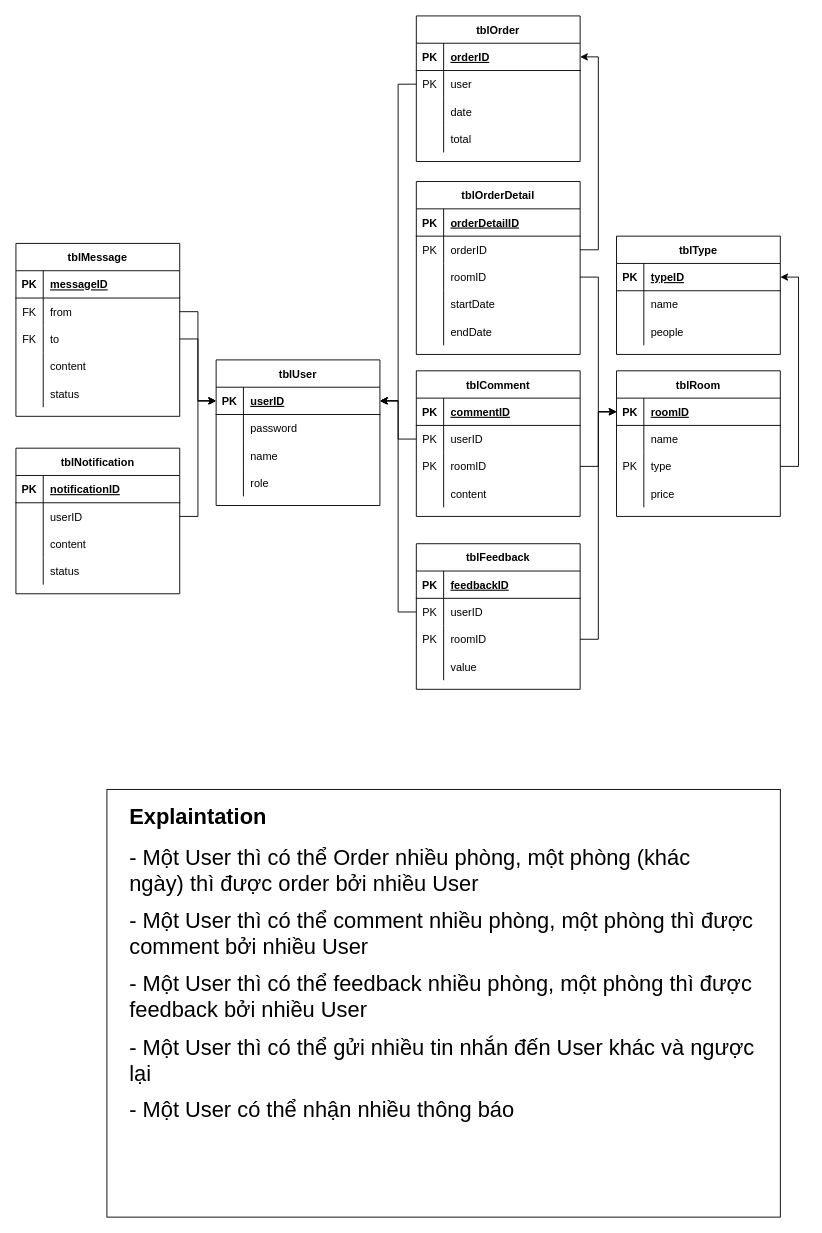
passion-Infinity/PRN292_Assignment keeps this draw.io diagram as Database/PRN292_Assignment.drawio. Above is the earlier version. Source tidied: cells renumbered, new cells numbered last; positions are measured from the earlier drawing's top-left corner, leaving out a move shared by most shapes. Both pictures are drawn from the tidied source at 91%, with x=0, y=0 at pixel (15, 15).
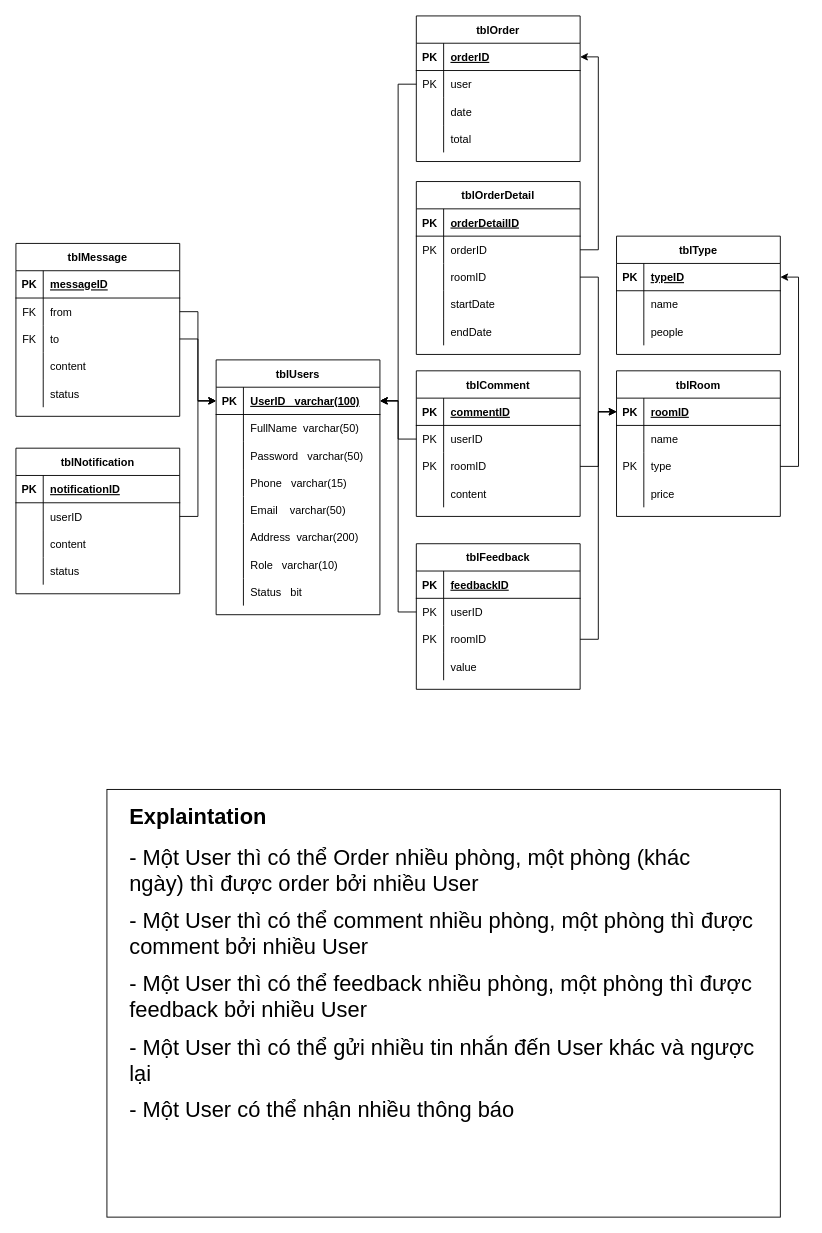
The same page after the edit.

Unchanged cells that the change refers to:
```xml
<mxCell id="56" style="shape=partialRectangle;fillColor=none;top=0;left=0;bottom=1;right=0;points=[[0,0.5],[1,0.5]];portConstraint=eastwest;" parent="55" vertex="1">
  <mxGeometry y="30" width="180" height="30" as="geometry" />
</mxCell>
<mxCell id="59" style="shape=partialRectangle;fillColor=none;top=0;left=0;bottom=0;right=0;" parent="55" vertex="1">
  <mxGeometry y="60" width="180" height="30" as="geometry" />
</mxCell>
<mxCell id="62" style="shape=partialRectangle;fillColor=none;top=0;left=0;bottom=0;right=0;" parent="55" vertex="1">
  <mxGeometry y="90" width="180" height="30" as="geometry" />
</mxCell>
<mxCell id="65" style="shape=partialRectangle;fillColor=none;top=0;left=0;bottom=0;right=0;" parent="55" vertex="1">
  <mxGeometry y="120" width="180" height="30" as="geometry" />
</mxCell>
```

The edit, as a diff of the source:
```diff
@@
-    <mxCell id="55" value="tblUser" style="shape=table;startSize=30;childLayout=tableLayout;rowLines=0;fontStyle=1;align=center;" parent="1" vertex="1">
-      <mxGeometry x="220" y="378" width="180" height="160" as="geometry" />
+    <mxCell id="55" value="tblUsers" style="shape=table;startSize=30;childLayout=tableLayout;rowLines=0;fontStyle=1;align=center;" parent="1" vertex="1">
+      <mxGeometry x="220" y="378" width="180" height="280" as="geometry" />
     </mxCell>
@@
-    <mxCell id="58" value="userID" style="shape=partialRectangle;fillColor=none;top=0;left=0;bottom=0;right=0;align=left;spacingLeft=6;fontStyle=5;overflow=hidden;" parent="56" vertex="1">
+    <mxCell id="58" value="UserID   varchar(100)" style="shape=partialRectangle;fillColor=none;top=0;left=0;bottom=0;right=0;align=left;spacingLeft=6;fontStyle=5;overflow=hidden;" parent="56" vertex="1">
       <mxGeometry x="30" width="150" height="30" as="geometry" />
     </mxCell>
@@
-    <mxCell id="61" value="password" style="shape=partialRectangle;fillColor=none;top=0;left=0;bottom=0;right=0;align=left;spacingLeft=6;overflow=hidden;" parent="59" vertex="1">
+    <mxCell id="61" value="FullName  varchar(50)" style="shape=partialRectangle;fillColor=none;top=0;left=0;bottom=0;right=0;align=left;spacingLeft=6;overflow=hidden;" parent="59" vertex="1">
       <mxGeometry x="30" width="150" height="30" as="geometry" />
     </mxCell>
@@
-    <mxCell id="64" value="name" style="shape=partialRectangle;fillColor=none;top=0;left=0;bottom=0;right=0;align=left;spacingLeft=6;overflow=hidden;" parent="62" vertex="1">
+    <mxCell id="64" value="Password   varchar(50)" style="shape=partialRectangle;fillColor=none;top=0;left=0;bottom=0;right=0;align=left;spacingLeft=6;overflow=hidden;" parent="62" vertex="1">
       <mxGeometry x="30" width="150" height="30" as="geometry" />
     </mxCell>
@@
-    <mxCell id="67" value="role" style="shape=partialRectangle;fillColor=none;top=0;left=0;bottom=0;right=0;align=left;spacingLeft=6;overflow=hidden;" parent="65" vertex="1">
+    <mxCell id="67" value="Phone   varchar(15)" style="shape=partialRectangle;fillColor=none;top=0;left=0;bottom=0;right=0;align=left;spacingLeft=6;overflow=hidden;" parent="65" vertex="1">
       <mxGeometry x="30" width="150" height="30" as="geometry" />
     </mxCell>
+    <mxCell id="135" style="shape=partialRectangle;fillColor=none;top=0;left=0;bottom=0;right=0;" parent="55" vertex="1">
+      <mxGeometry y="150" width="180" height="30" as="geometry" />
+    </mxCell>
+    <mxCell id="136" style="shape=partialRectangle;fillColor=none;top=0;left=0;bottom=0;right=0;overflow=hidden;" parent="135" vertex="1">
+      <mxGeometry width="30" height="30" as="geometry" />
+    </mxCell>
+    <mxCell id="137" value="Email    varchar(50)" style="shape=partialRectangle;fillColor=none;top=0;left=0;bottom=0;right=0;align=left;spacingLeft=6;overflow=hidden;" parent="135" vertex="1">
+      <mxGeometry x="30" width="150" height="30" as="geometry" />
+    </mxCell>
+    <mxCell id="138" style="shape=partialRectangle;fillColor=none;top=0;left=0;bottom=0;right=0;" parent="55" vertex="1">
+      <mxGeometry y="180" width="180" height="30" as="geometry" />
+    </mxCell>
+    <mxCell id="139" style="shape=partialRectangle;fillColor=none;top=0;left=0;bottom=0;right=0;overflow=hidden;" parent="138" vertex="1">
+      <mxGeometry width="30" height="30" as="geometry" />
+    </mxCell>
+    <mxCell id="140" value="Address  varchar(200)" style="shape=partialRectangle;fillColor=none;top=0;left=0;bottom=0;right=0;align=left;spacingLeft=6;overflow=hidden;" parent="138" vertex="1">
+      <mxGeometry x="30" width="150" height="30" as="geometry" />
+    </mxCell>
+    <mxCell id="141" style="shape=partialRectangle;fillColor=none;top=0;left=0;bottom=0;right=0;" parent="55" vertex="1">
+      <mxGeometry y="210" width="180" height="30" as="geometry" />
+    </mxCell>
+    <mxCell id="142" style="shape=partialRectangle;fillColor=none;top=0;left=0;bottom=0;right=0;overflow=hidden;" parent="141" vertex="1">
+      <mxGeometry width="30" height="30" as="geometry" />
+    </mxCell>
+    <mxCell id="143" value="Role   varchar(10)" style="shape=partialRectangle;fillColor=none;top=0;left=0;bottom=0;right=0;align=left;spacingLeft=6;overflow=hidden;" parent="141" vertex="1">
+      <mxGeometry x="30" width="150" height="30" as="geometry" />
+    </mxCell>
+    <mxCell id="144" style="shape=partialRectangle;fillColor=none;top=0;left=0;bottom=0;right=0;" parent="55" vertex="1">
+      <mxGeometry y="240" width="180" height="30" as="geometry" />
+    </mxCell>
+    <mxCell id="145" style="shape=partialRectangle;fillColor=none;top=0;left=0;bottom=0;right=0;overflow=hidden;" parent="144" vertex="1">
+      <mxGeometry width="30" height="30" as="geometry" />
+    </mxCell>
+    <mxCell id="146" value="Status   bit" style="shape=partialRectangle;fillColor=none;top=0;left=0;bottom=0;right=0;align=left;spacingLeft=6;overflow=hidden;" parent="144" vertex="1">
+      <mxGeometry x="30" width="150" height="30" as="geometry" />
+    </mxCell>
```
